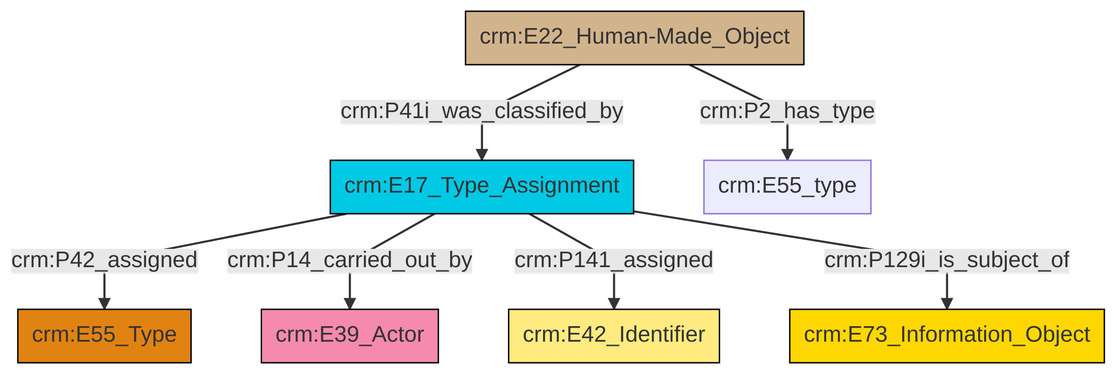
Before: et/builtWorkCSV/ttl/mmd/png/Built_Work_designation_status.png, a diagram exported from Mermaid (swiss-art-research-net/reference-data-models). Its source is kept beside it as et/builtWorkCSV/ttl/mmd/Built_Work_designation_status.ttl.mmd.
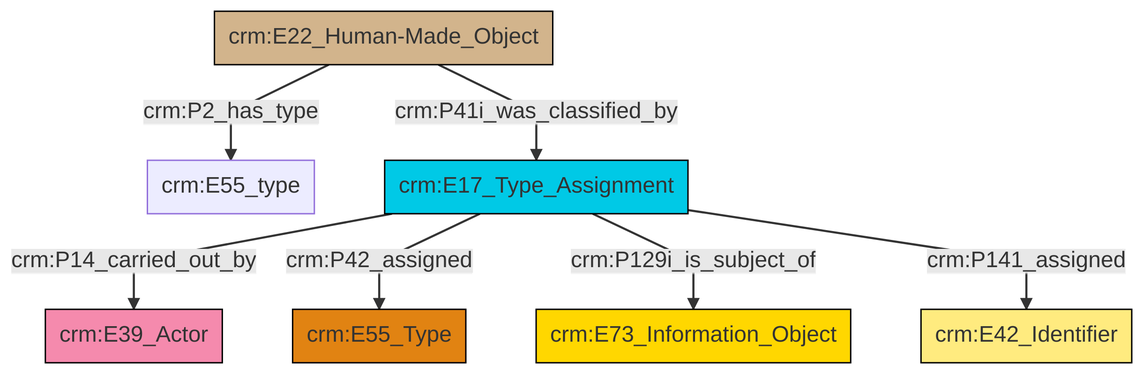
After the change.

Change to the diagram source:
```diff
@@ -13,9 +13,9 @@
 classDef PC_Classes fill:#4ce600, stroke:#000000;
 classDef Multi fill:#cccccc,stroke:#000000;
 
-0["crm:E17_Type_Assignment"]:::Temporal_Entity -->|crm:P42_assigned| 1["crm:E55_Type"]:::Type
-2["crm:E22_Human-Made_Object"]:::Physical_Thing -->|crm:P2_has_type| 3["crm:E55_type"]:::Default
-0["crm:E17_Type_Assignment"]:::Temporal_Entity -->|crm:P14_carried_out_by| 4["crm:E39_Actor"]:::Actor
-2["crm:E22_Human-Made_Object"]:::Physical_Thing -->|crm:P41i_was_classified_by| 0["crm:E17_Type_Assignment"]:::Temporal_Entity
-0["crm:E17_Type_Assignment"]:::Temporal_Entity -->|crm:P141_assigned| 5["crm:E42_Identifier"]:::Appellation
-0["crm:E17_Type_Assignment"]:::Temporal_Entity -->|crm:P129i_is_subject_of| 11["crm:E73_Information_Object"]:::Conceptual_Object
+4["crm:E17_Type_Assignment"]:::Temporal_Entity -->|crm:P14_carried_out_by| 5["crm:E39_Actor"]:::Actor
+6["crm:E22_Human-Made_Object"]:::Physical_Thing -->|crm:P41i_was_classified_by| 4["crm:E17_Type_Assignment"]:::Temporal_Entity
+4["crm:E17_Type_Assignment"]:::Temporal_Entity -->|crm:P42_assigned| 2["crm:E55_Type"]:::Type
+4["crm:E17_Type_Assignment"]:::Temporal_Entity -->|crm:P129i_is_subject_of| 7["crm:E73_Information_Object"]:::Conceptual_Object
+4["crm:E17_Type_Assignment"]:::Temporal_Entity -->|crm:P141_assigned| 9["crm:E42_Identifier"]:::Appellation
+6["crm:E22_Human-Made_Object"]:::Physical_Thing -->|crm:P2_has_type| 0["crm:E55_type"]:::Default
```
